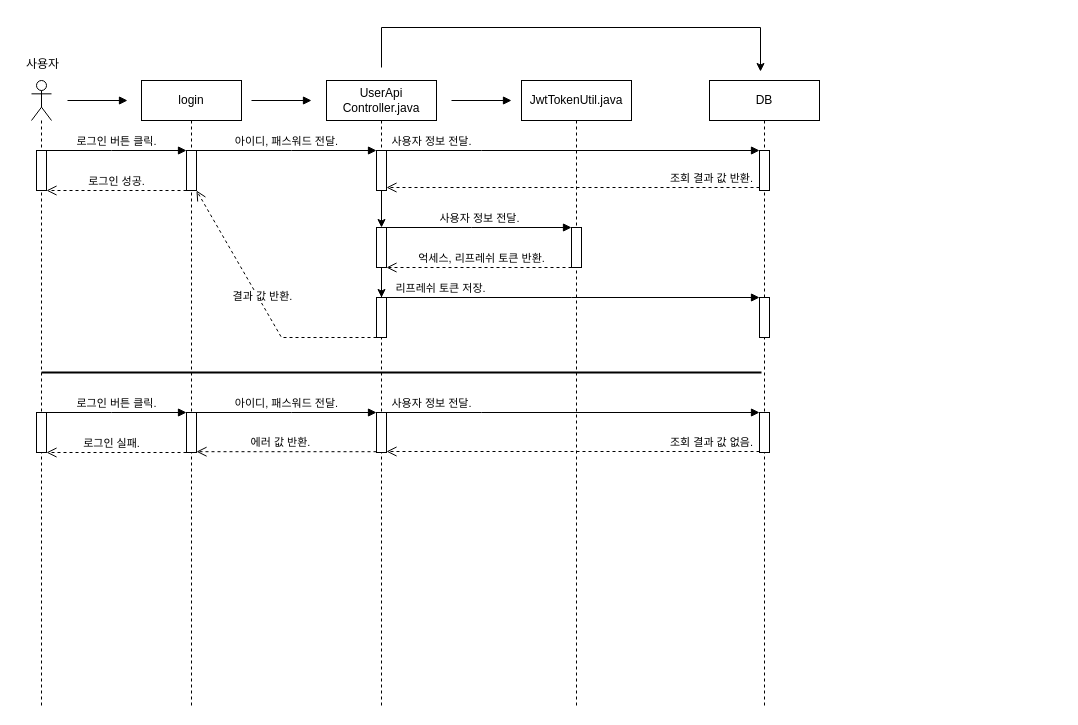
xxxx-jeung/diddenUml keeps this draw.io diagram as page "로그인" (3 of 6) of didden.drawio. Above is the earlier version. Source tidied: cells renumbered, new cells numbered last; positions are measured from the earlier drawing's top-left corner, leaving out a move shared by most shapes. Both pictures are drawn from the tidied source at 100%, with x=0, y=0 at pixel (17, 27).
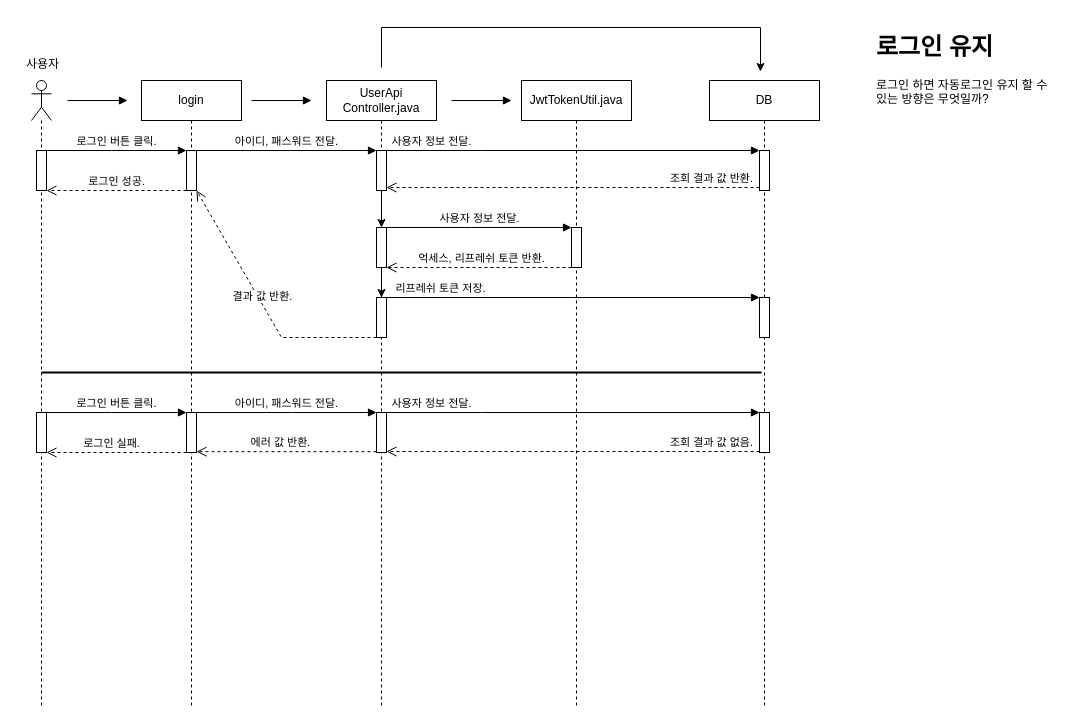
The same diagram, later.

Change to the diagram source:
```diff
@@
+    <mxCell id="42" value="&lt;h1&gt;로그인 유지&lt;/h1&gt;&lt;div&gt;로그인 하면 자동로그인 유지 할 수 있는 방향은 무엇일까?&lt;/div&gt;" style="text;html=1;strokeColor=none;fillColor=none;spacing=5;spacingTop=-20;whiteSpace=wrap;overflow=hidden;rounded=0;" parent="1" vertex="1">
+      <mxGeometry x="854" width="190" height="120" as="geometry" />
+    </mxCell>
```
